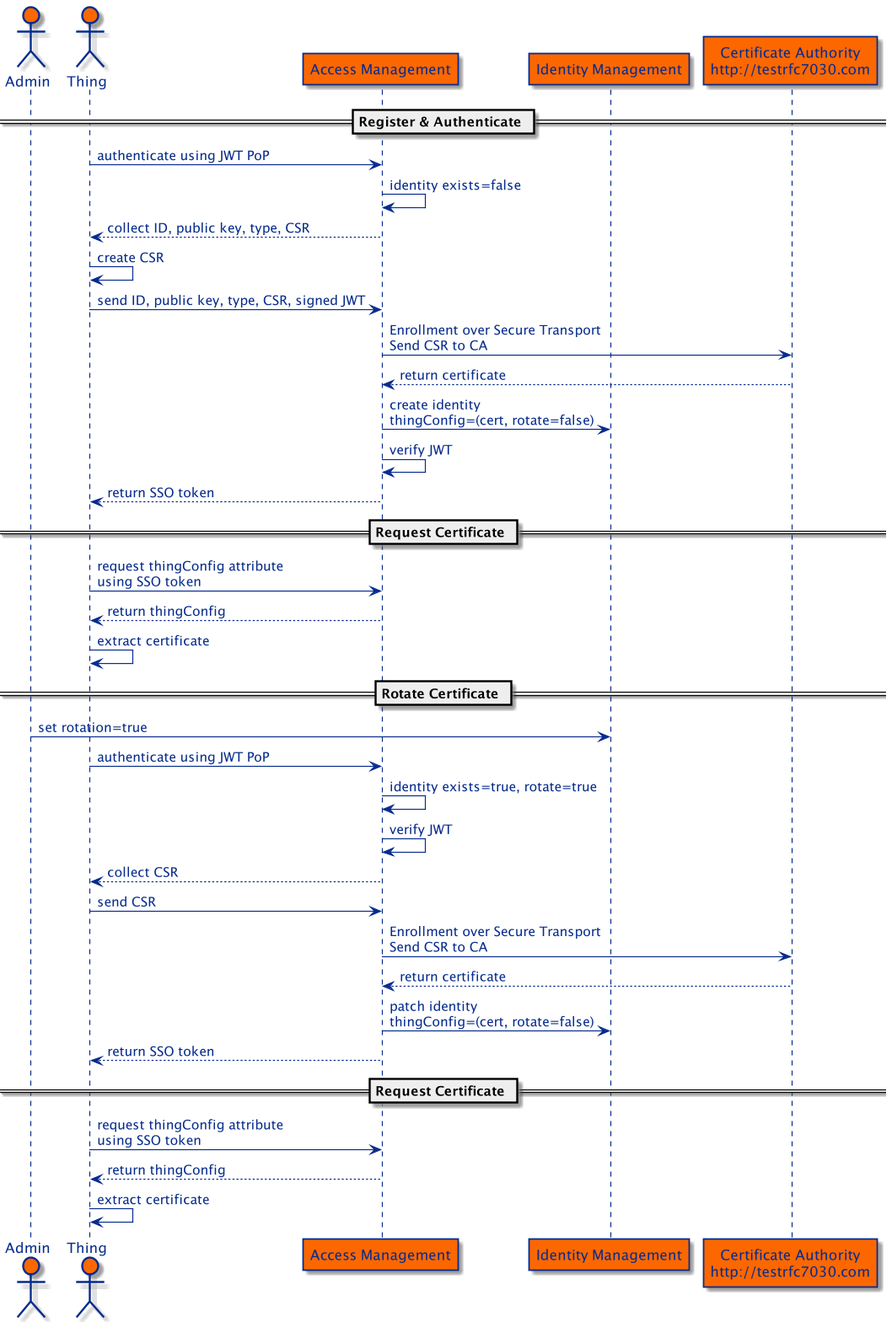
ForgeRock/iot-edge keeps this PlantUML diagram as examples/proof-of-concept/certificate-management/docs/cert-management.png. Above is the earlier version.
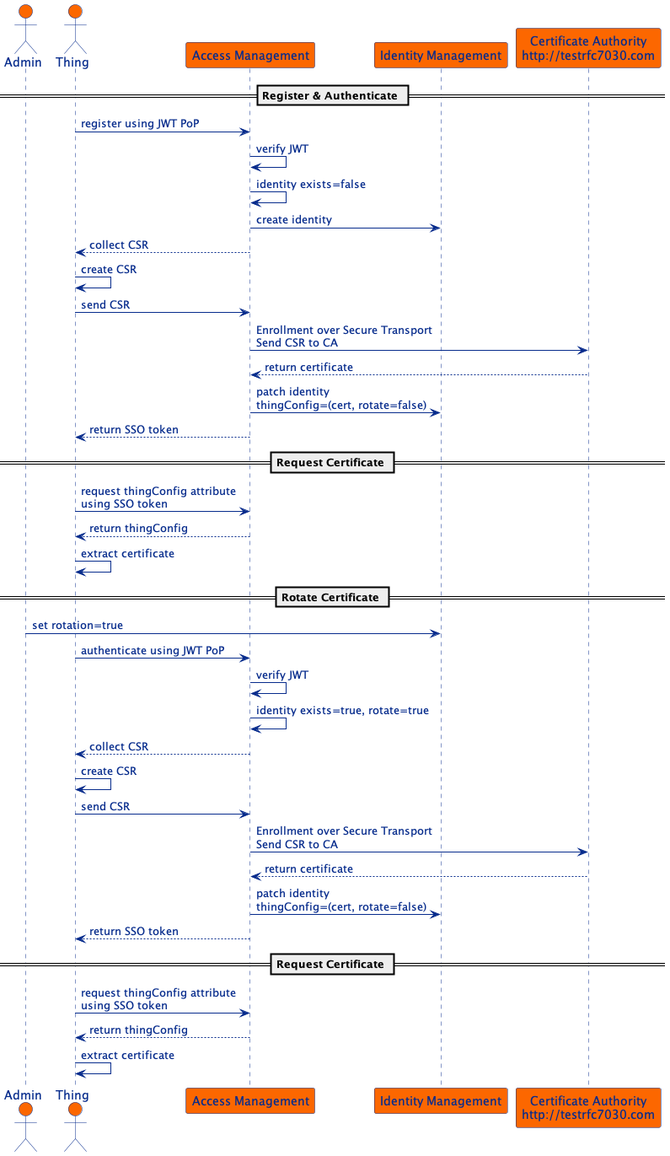
After the commit.

The edit, as a diff of the source:
```diff
@@ -21,15 +21,16 @@
 participant "Certificate Authority\nhttp://testrfc7030.com" as ca
 
 == Register & Authenticate ==
-th -> am : authenticate using JWT PoP
+th -> am : register using JWT PoP
+am -> am : verify JWT
 am -> am : identity exists=false
-am --> th : collect ID, public key, type, CSR
+am -> idm : create identity
+am --> th : collect CSR
 th -> th : create CSR
-th -> am : send ID, public key, type, CSR, signed JWT
+th -> am : send CSR
 am -> ca : Enrollment over Secure Transport\nSend CSR to CA
 ca --> am : return certificate
-am -> idm : create identity\nthingConfig=(cert, rotate=false)
-am -> am : verify JWT
+am -> idm : patch identity\nthingConfig=(cert, rotate=false)
 am --> th : return SSO token
 
 == Request Certificate ==
@@ -40,9 +41,10 @@
 == Rotate Certificate ==
 ad -> idm : set rotation=true
 th -> am : authenticate using JWT PoP
+am -> am : verify JWT
 am -> am : identity exists=true, rotate=true
-am -> am : verify JWT
 am --> th : collect CSR
+th -> th : create CSR
 th -> am : send CSR
 am -> ca : Enrollment over Secure Transport\nSend CSR to CA
 ca --> am : return certificate
```
